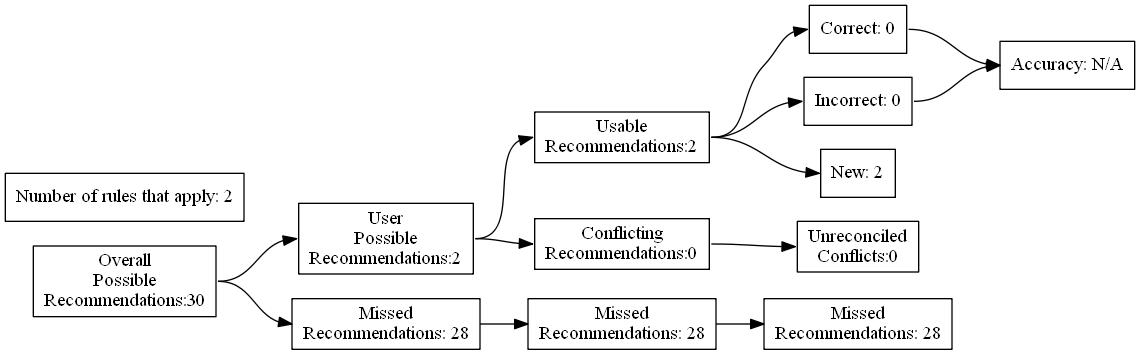
This is test_renders/31.gv.png from ZaxR/ibd_diet_analysis, a Graphviz export, as it was before one commit. Its source is kept beside it as test_renders/31.gv.
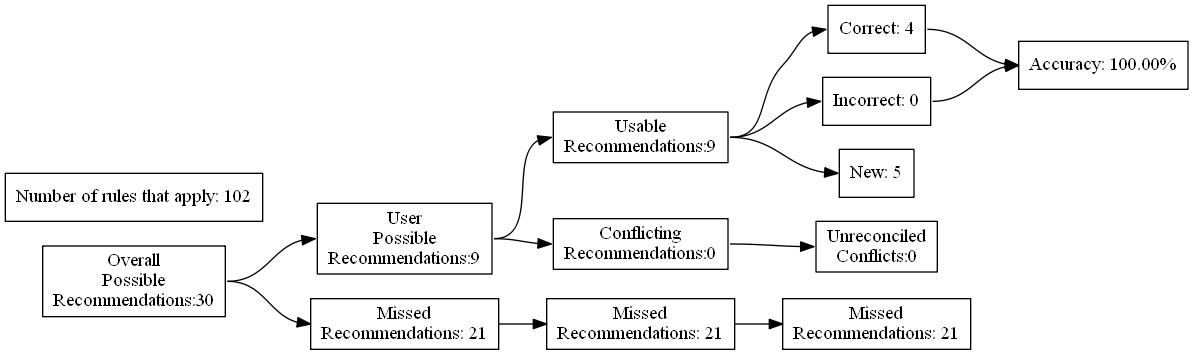
Later version of the same file.

Change to the diagram source:
```diff
@@ -7,24 +7,24 @@
 Recommendations:30"]
 		B [label="User
 Possible
-Recommendations:2"]
+Recommendations:9"]
 		C [label="Missed
-Recommendations: 28"]
+Recommendations: 21"]
 		D [label="Usable
-Recommendations:2"]
+Recommendations:9"]
 		E [label="Conflicting
 Recommendations:0"]
 		J [label="Missed
-Recommendations: 28"]
+Recommendations: 21"]
 		M [label="Unreconciled
 Conflicts:0"]
-		F [label="Correct: 0"]
+		F [label="Correct: 4"]
 		G [label="Incorrect: 0"]
-		H [label="New: 2"]
+		H [label="New: 5"]
 		K [label="Missed
-Recommendations: 28"]
-		I [label="Accuracy: N/A"]
-		l [label="Number of rules that apply: 2"]
+Recommendations: 21"]
+		I [label="Accuracy: 100.00%"]
+		l [label="Number of rules that apply: 102"]
 			A -> B
 			A -> C
 			B -> D
```
